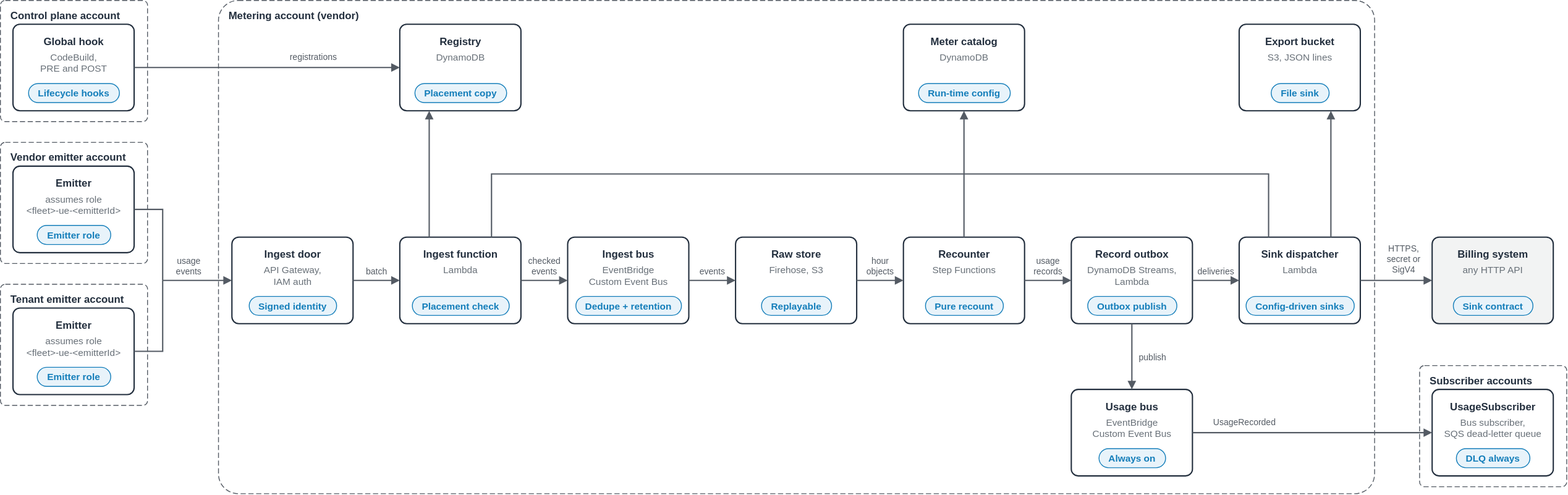
aws-samples/sample-agentic-ai-acceleration-patterns keeps this draw.io diagram as samples/tenant-usage-metering/diagrams/tenant-usage-metering.components.drawio.svg. Above is the earlier version. Source tidied: cells renumbered, new cells last; positions are measured from the earlier drawing's top-left corner, leaving out a move shared by most shapes.
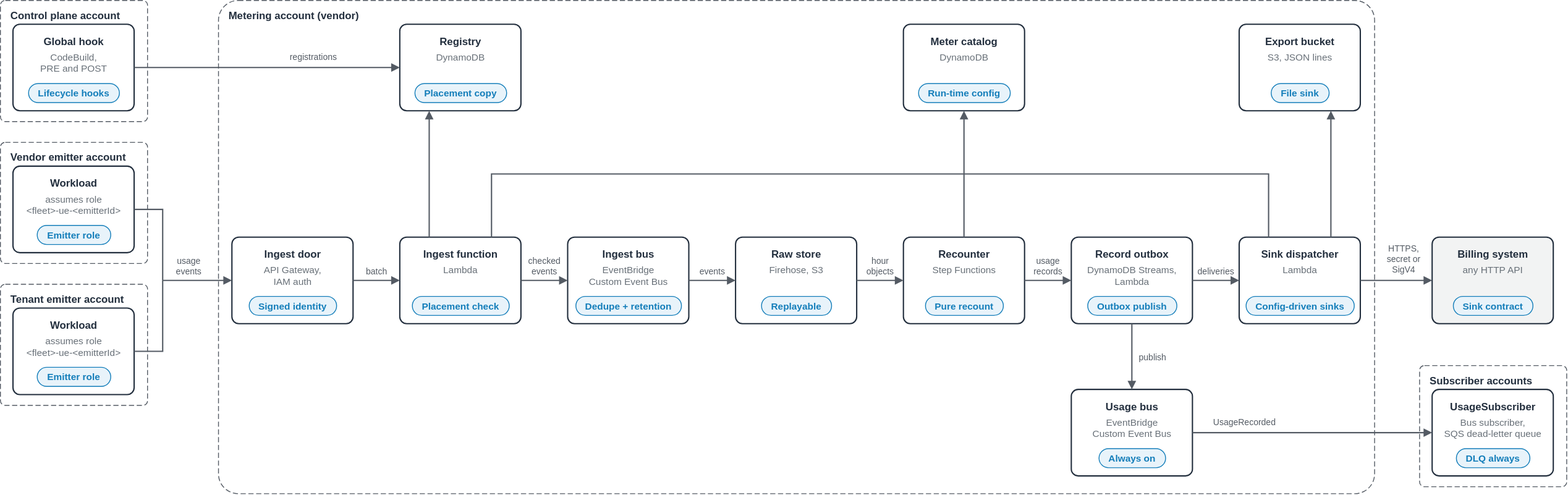
Above is the later version.

What changed in the source:
```diff
@@ -32,7 +32,7 @@
     <mxCell id="11" style="rounded=1;arcSize=8;html=0;fillColor=#FFFFFF;strokeColor=#232F3E;strokeWidth=1.5;" parent="1" vertex="1">
       <mxGeometry x="15" y="192" width="140" height="100" as="geometry" />
     </mxCell>
-    <mxCell id="12" value="Emitter" style="text;html=0;align=center;verticalAlign=top;fontSize=12;fontStyle=1;fontColor=#232F3E;spacing=0;spacingTop=0;" parent="1" vertex="1">
+    <mxCell id="12" value="Workload" style="text;html=0;align=center;verticalAlign=top;fontSize=12;fontStyle=1;fontColor=#232F3E;spacing=0;spacingTop=0;" parent="1" vertex="1">
       <mxGeometry x="19" y="200" width="132" height="18" as="geometry" />
     </mxCell>
     <mxCell id="13" value="assumes role&#10;&lt;fleet&gt;-ue-&lt;emitterId&gt;" style="text;html=0;align=center;verticalAlign=top;fontSize=11;fontStyle=0;fontColor=#687078;spacing=0;spacingTop=0;" parent="1" vertex="1">
@@ -44,7 +44,7 @@
     <mxCell id="15" style="rounded=1;arcSize=8;html=0;fillColor=#FFFFFF;strokeColor=#232F3E;strokeWidth=1.5;" parent="1" vertex="1">
       <mxGeometry x="15" y="356" width="140" height="100" as="geometry" />
     </mxCell>
-    <mxCell id="16" value="Emitter" style="text;html=0;align=center;verticalAlign=top;fontSize=12;fontStyle=1;fontColor=#232F3E;spacing=0;spacingTop=0;" parent="1" vertex="1">
+    <mxCell id="16" value="Workload" style="text;html=0;align=center;verticalAlign=top;fontSize=12;fontStyle=1;fontColor=#232F3E;spacing=0;spacingTop=0;" parent="1" vertex="1">
       <mxGeometry x="19" y="364" width="132" height="18" as="geometry" />
     </mxCell>
     <mxCell id="17" value="assumes role&#10;&lt;fleet&gt;-ue-&lt;emitterId&gt;" style="text;html=0;align=center;verticalAlign=top;fontSize=11;fontStyle=0;fontColor=#687078;spacing=0;spacingTop=0;" parent="1" vertex="1">
```
